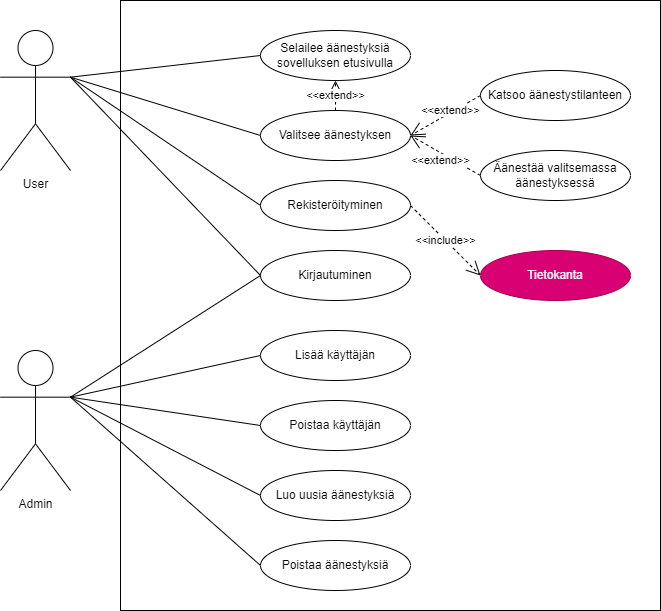
The draw.io diagram aanestyskaavio.drawio.png in LaGyn/Voting-app, before a commit. Source tidied: cells renumbered, new cells last; positions are measured from the earlier drawing's top-left corner, leaving out a move shared by most shapes.
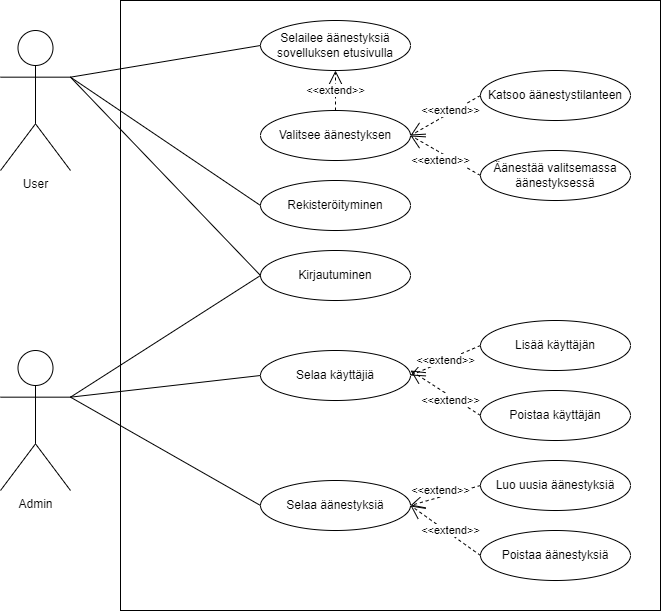
After the commit.

Commit message:
kaavion muokkaus

Change to the diagram source:
```diff
@@ -15,7 +15,7 @@
       <mxGeometry x="260" y="110" width="150" height="50" as="geometry" />
     </mxCell>
     <mxCell id="6" value="Selailee äänestyksiä sovelluksen etusivulla" style="ellipse;whiteSpace=wrap;html=1;" parent="1" vertex="1">
-      <mxGeometry x="260" y="30" width="150" height="50" as="geometry" />
+      <mxGeometry x="260" y="20" width="150" height="50" as="geometry" />
     </mxCell>
     <mxCell id="7" value="Katsoo äänestystilanteen" style="ellipse;whiteSpace=wrap;html=1;" parent="1" vertex="1">
       <mxGeometry x="480" y="70" width="150" height="50" as="geometry" />
@@ -24,23 +24,14 @@
       <mxGeometry x="480" y="150" width="150" height="50" as="geometry" />
     </mxCell>
     <mxCell id="9" value="Luo uusia äänestyksiä" style="ellipse;whiteSpace=wrap;html=1;" parent="1" vertex="1">
-      <mxGeometry x="260" y="470" width="150" height="50" as="geometry" />
+      <mxGeometry x="480" y="460" width="150" height="50" as="geometry" />
     </mxCell>
     <mxCell id="10" value="Poistaa äänestyksiä" style="ellipse;whiteSpace=wrap;html=1;" parent="1" vertex="1">
-      <mxGeometry x="260" y="540" width="150" height="50" as="geometry" />
+      <mxGeometry x="480" y="530" width="150" height="50" as="geometry" />
     </mxCell>
     <mxCell id="11" style="endArrow=none;html=1;rounded=0;entryX=0;entryY=0.5;entryDx=0;entryDy=0;exitX=1;exitY=0.3333333333333333;exitDx=0;exitDy=0;exitPerimeter=0;" parent="1" edge="1" source="3" target="6">
       <mxGeometry relative="1" as="geometry" />
     </mxCell>
-    <mxCell id="12" style="endArrow=none;html=1;rounded=0;entryX=0;entryY=0.5;entryDx=0;entryDy=0;exitX=1;exitY=0.3333333333333333;exitDx=0;exitDy=0;exitPerimeter=0;" parent="1" edge="1" source="3" target="5">
-      <mxGeometry relative="1" as="geometry" />
-    </mxCell>
-    <mxCell id="13" style="endArrow=none;html=1;rounded=0;entryX=0;entryY=0.5;entryDx=0;entryDy=0;exitX=1;exitY=0.3333333333333333;exitDx=0;exitDy=0;exitPerimeter=0;" parent="1" edge="1" source="2" target="9">
-      <mxGeometry relative="1" as="geometry" />
-    </mxCell>
-    <mxCell id="14" style="endArrow=none;html=1;rounded=0;entryX=0;entryY=0.5;entryDx=0;entryDy=0;exitX=1;exitY=0.3333333333333333;exitDx=0;exitDy=0;exitPerimeter=0;" parent="1" edge="1" source="2" target="10">
-      <mxGeometry relative="1" as="geometry" />
-    </mxCell>
     <mxCell id="15" value="&amp;lt;&amp;lt;extend&amp;gt;&amp;gt;" style="endArrow=open;endSize=12;dashed=1;html=1;rounded=0;entryX=1;entryY=0.5;entryDx=0;entryDy=0;exitX=0;exitY=0.5;exitDx=0;exitDy=0;" parent="1" edge="1" source="7" target="5">
       <mxGeometry x="-0.17" y="-2" relative="1" as="geometry" />
     </mxCell>
@@ -62,28 +53,40 @@
     <mxCell id="21" style="endArrow=none;html=1;rounded=0;exitX=0;exitY=0.5;exitDx=0;exitDy=0;entryX=1;entryY=0.3333333333333333;entryDx=0;entryDy=0;entryPerimeter=0;" parent="1" edge="1" source="20" target="3">
       <mxGeometry relative="1" as="geometry" />
     </mxCell>
-    <mxCell id="22" value="&amp;lt;&amp;lt;extend&amp;gt;&amp;gt;" style="endArrow=open;endSize=12;dashed=1;html=1;rounded=0;exitX=0.5;exitY=0;exitDx=0;exitDy=0;" parent="1" edge="1" source="5">
-      <mxGeometry relative="1" as="geometry">
-        <mxPoint x="335" y="80" as="targetPoint" />
-      </mxGeometry>
+    <mxCell id="22" value="&amp;lt;&amp;lt;extend&amp;gt;&amp;gt;" style="endArrow=open;endSize=12;dashed=1;html=1;rounded=0;exitX=0.5;exitY=0;exitDx=0;exitDy=0;entryX=0.5;entryY=1;entryDx=0;entryDy=0;" parent="1" edge="1" source="5" target="6">
+      <mxGeometry relative="1" as="geometry" />
     </mxCell>
     <mxCell id="23" value="Lisää käyttäjän" style="ellipse;whiteSpace=wrap;html=1;" parent="1" vertex="1">
-      <mxGeometry x="260" y="330" width="150" height="50" as="geometry" />
+      <mxGeometry x="480" y="320" width="150" height="50" as="geometry" />
     </mxCell>
     <mxCell id="24" value="Poistaa käyttäjän" style="ellipse;whiteSpace=wrap;html=1;" parent="1" vertex="1">
-      <mxGeometry x="260" y="400" width="150" height="50" as="geometry" />
+      <mxGeometry x="480" y="390" width="150" height="50" as="geometry" />
     </mxCell>
-    <mxCell id="25" style="endArrow=none;html=1;rounded=0;entryX=0;entryY=0.5;entryDx=0;entryDy=0;exitX=1;exitY=0.3333333333333333;exitDx=0;exitDy=0;exitPerimeter=0;" parent="1" edge="1" source="2" target="23">
-      <mxGeometry relative="1" as="geometry" />
-    </mxCell>
-    <mxCell id="26" style="endArrow=none;html=1;rounded=0;entryX=0;entryY=0.5;entryDx=0;entryDy=0;exitX=1;exitY=0.3333333333333333;exitDx=0;exitDy=0;exitPerimeter=0;" parent="1" edge="1" source="2" target="24">
-      <mxGeometry relative="1" as="geometry" />
-    </mxCell>
-    <mxCell id="27" value="Tietokanta" style="ellipse;whiteSpace=wrap;html=1;fillColor=#d80073;strokeColor=#A50040;fontColor=#ffffff;" parent="1" vertex="1">
-      <mxGeometry x="480" y="250" width="150" height="50" as="geometry" />
-    </mxCell>
-    <mxCell id="28" value="&amp;lt;&amp;lt;include&amp;gt;&amp;gt;" style="endArrow=open;endSize=12;dashed=1;html=1;rounded=0;entryX=0;entryY=0.5;entryDx=0;entryDy=0;exitX=1;exitY=0.5;exitDx=0;exitDy=0;" parent="1" edge="1" source="20" target="27">
-      <mxGeometry relative="1" as="geometry" />
-    </mxCell>
+    <mxCell id="29" value="Selaa käyttäjiä" style="ellipse;whiteSpace=wrap;html=1;" parent="1" vertex="1">
+      <mxGeometry x="260" y="350" width="150" height="50" as="geometry" />
+    </mxCell>
+    <mxCell id="30" style="endArrow=none;html=1;entryX=0;entryY=0.5;entryDx=0;entryDy=0;exitX=1;exitY=0.3333333333333333;exitDx=0;exitDy=0;exitPerimeter=0;" parent="1" edge="1" source="2" target="29">
+      <mxGeometry relative="1" as="geometry" />
+    </mxCell>
+    <mxCell id="31" value="Selaa äänestyksiä" style="ellipse;whiteSpace=wrap;html=1;" parent="1" vertex="1">
+      <mxGeometry x="260" y="480" width="150" height="50" as="geometry" />
+    </mxCell>
+    <mxCell id="32" style="endArrow=none;html=1;exitX=0;exitY=0.5;exitDx=0;exitDy=0;entryX=1;entryY=0.3333333333333333;entryDx=0;entryDy=0;entryPerimeter=0;" parent="1" edge="1" source="31" target="2">
+      <mxGeometry relative="1" as="geometry" />
+    </mxCell>
+    <mxCell id="33" value="&amp;lt;&amp;lt;extend&amp;gt;&amp;gt;" style="endArrow=open;endSize=12;dashed=1;html=1;entryX=1;entryY=0.5;entryDx=0;entryDy=0;exitX=0;exitY=0.5;exitDx=0;exitDy=0;" parent="1" edge="1" source="23" target="29">
+      <mxGeometry relative="1" as="geometry" />
+    </mxCell>
+    <mxCell id="34" value="&amp;lt;&amp;lt;extend&amp;gt;&amp;gt;" style="endArrow=open;endSize=12;dashed=1;html=1;entryX=1;entryY=0.4;entryDx=0;entryDy=0;entryPerimeter=0;exitX=0;exitY=0.5;exitDx=0;exitDy=0;" parent="1" edge="1" source="24" target="29">
+      <mxGeometry x="-0.2" y="4" relative="1" as="geometry">
+        <mxPoint y="-1" as="offset" />
+      </mxGeometry>
+    </mxCell>
+    <mxCell id="35" value="&amp;lt;&amp;lt;extend&amp;gt;&amp;gt;" style="endArrow=open;endSize=12;dashed=1;html=1;entryX=1;entryY=0.5;entryDx=0;entryDy=0;exitX=0;exitY=0.5;exitDx=0;exitDy=0;" parent="1" edge="1" source="9" target="31">
+      <mxGeometry x="0.09" y="-6" relative="1" as="geometry" />
+    </mxCell>
+    <mxCell id="36" value="&amp;lt;&amp;lt;extend&amp;gt;&amp;gt;" style="endArrow=open;endSize=12;dashed=1;html=1;entryX=1;entryY=0.5;entryDx=0;entryDy=0;exitX=0;exitY=0.5;exitDx=0;exitDy=0;" parent="1" edge="1" source="10" target="31">
+      <mxGeometry x="-0.09" y="-3" relative="1" as="geometry" />
+    </mxCell>
   </root>
 </mxGraphModel>
```
